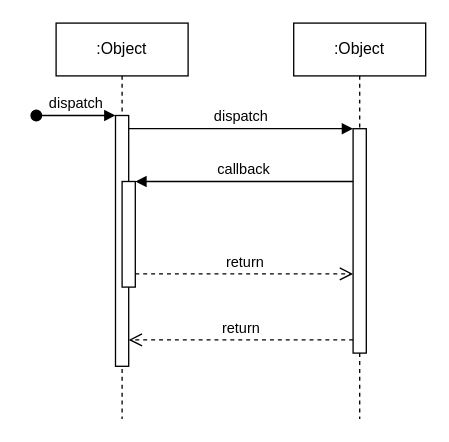
Earlier version of the draw.io diagram drawio/预览导入流程图.drawio (jackcipher/assets). Source tidied: cells renumbered, new cells numbered last; positions are measured from the earlier drawing's top-left corner, leaving out a move shared by most shapes. Both pictures are drawn from the tidied source at 132%, with x=0, y=0 at pixel (36, 22).
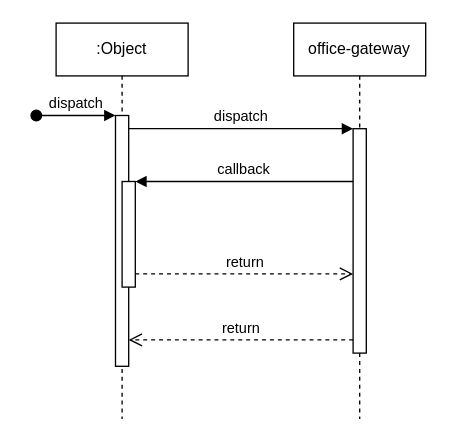
Above is the later version.

Commit message:
Update 预览导入流程图.drawio

What changed in the source:
```diff
@@
 <mxGraphModel>
   <root>
     <mxCell id="0" />
     <mxCell id="1" parent="0" />
     <mxCell id="2" value=":Object" style="shape=umlLifeline;perimeter=lifelinePerimeter;whiteSpace=wrap;html=1;newEdgeStyle={&quot;edgeStyle&quot;:&quot;elbowEdgeStyle&quot;,&quot;elbow&quot;:&quot;vertical&quot;,&quot;curved&quot;:0,&quot;rounded&quot;:0};" parent="1" vertex="1">
       <mxGeometry x="15" width="100" height="300" as="geometry" />
     </mxCell>
     <mxCell id="3" style="html=1;points=[];perimeter=orthogonalPerimeter;outlineConnect=0;targetShapes=umlLifeline;portConstraint=eastwest;newEdgeStyle={&quot;edgeStyle&quot;:&quot;elbowEdgeStyle&quot;,&quot;elbow&quot;:&quot;vertical&quot;,&quot;curved&quot;:0,&quot;rounded&quot;:0};" parent="2" vertex="1">
       <mxGeometry x="45" y="70" width="10" height="190" as="geometry" />
     </mxCell>
     <mxCell id="4" value="dispatch" style="html=1;verticalAlign=bottom;startArrow=oval;endArrow=block;startSize=8;edgeStyle=elbowEdgeStyle;elbow=vertical;curved=0;rounded=0;" parent="2" edge="1" target="3">
       <mxGeometry relative="1" as="geometry">
         <mxPoint x="-15" y="70" as="sourcePoint" />
       </mxGeometry>
     </mxCell>
     <mxCell id="5" style="html=1;points=[];perimeter=orthogonalPerimeter;outlineConnect=0;targetShapes=umlLifeline;portConstraint=eastwest;newEdgeStyle={&quot;edgeStyle&quot;:&quot;elbowEdgeStyle&quot;,&quot;elbow&quot;:&quot;vertical&quot;,&quot;curved&quot;:0,&quot;rounded&quot;:0};" parent="2" vertex="1">
       <mxGeometry x="50" y="120" width="10" height="80" as="geometry" />
     </mxCell>
-    <mxCell id="6" value=":Object" style="shape=umlLifeline;perimeter=lifelinePerimeter;whiteSpace=wrap;html=1;newEdgeStyle={&quot;edgeStyle&quot;:&quot;elbowEdgeStyle&quot;,&quot;elbow&quot;:&quot;vertical&quot;,&quot;curved&quot;:0,&quot;rounded&quot;:0};" parent="1" vertex="1">
+    <mxCell id="6" value="office-gateway" style="shape=umlLifeline;perimeter=lifelinePerimeter;whiteSpace=wrap;html=1;newEdgeStyle={&quot;edgeStyle&quot;:&quot;elbowEdgeStyle&quot;,&quot;elbow&quot;:&quot;vertical&quot;,&quot;curved&quot;:0,&quot;rounded&quot;:0};" parent="1" vertex="1">
       <mxGeometry x="195" width="100" height="300" as="geometry" />
     </mxCell>
     <mxCell id="7" style="html=1;points=[];perimeter=orthogonalPerimeter;outlineConnect=0;targetShapes=umlLifeline;portConstraint=eastwest;newEdgeStyle={&quot;edgeStyle&quot;:&quot;elbowEdgeStyle&quot;,&quot;elbow&quot;:&quot;vertical&quot;,&quot;curved&quot;:0,&quot;rounded&quot;:0};" parent="6" vertex="1">
       <mxGeometry x="45" y="80" width="10" height="170" as="geometry" />
     </mxCell>
     <mxCell id="8" value="dispatch" style="html=1;verticalAlign=bottom;endArrow=block;edgeStyle=elbowEdgeStyle;elbow=vertical;curved=0;rounded=0;" parent="1" edge="1" source="3" target="7">
       <mxGeometry relative="1" as="geometry">
         <Array as="points">
           <mxPoint x="155" y="80" />
         </Array>
       </mxGeometry>
     </mxCell>
     <mxCell id="9" value="return" style="html=1;verticalAlign=bottom;endArrow=open;dashed=1;endSize=8;edgeStyle=elbowEdgeStyle;elbow=vertical;curved=0;rounded=0;" parent="1" edge="1" source="7" target="3">
       <mxGeometry relative="1" as="geometry">
         <Array as="points">
           <mxPoint x="165" y="240" />
         </Array>
       </mxGeometry>
     </mxCell>
     <mxCell id="10" value="callback" style="html=1;verticalAlign=bottom;endArrow=block;edgeStyle=elbowEdgeStyle;elbow=vertical;curved=0;rounded=0;" parent="1" edge="1" source="7" target="5">
       <mxGeometry relative="1" as="geometry">
         <Array as="points">
           <mxPoint x="165" y="120" />
         </Array>
       </mxGeometry>
     </mxCell>
     <mxCell id="11" value="return" style="html=1;verticalAlign=bottom;endArrow=open;dashed=1;endSize=8;edgeStyle=elbowEdgeStyle;elbow=vertical;curved=0;rounded=0;" parent="1" edge="1" source="5" target="7">
       <mxGeometry relative="1" as="geometry">
         <Array as="points">
           <mxPoint x="155" y="190" />
         </Array>
       </mxGeometry>
     </mxCell>
   </root>
 </mxGraphModel>
```
